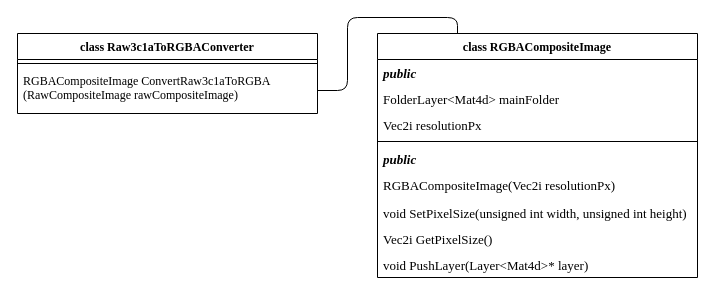
Before: page "CompositeProcessing" (6 of 8) of Docs/Class diagrams.drawio in SpatiumOwl/ComplexSky-2.0, a draw.io diagram. Source tidied: cells renumbered, new cells numbered last; positions are measured from the earlier drawing's top-left corner, leaving out a move shared by most shapes. Both pictures are drawn from the tidied source at 100%, with x=0, y=0 at pixel (17, 17).
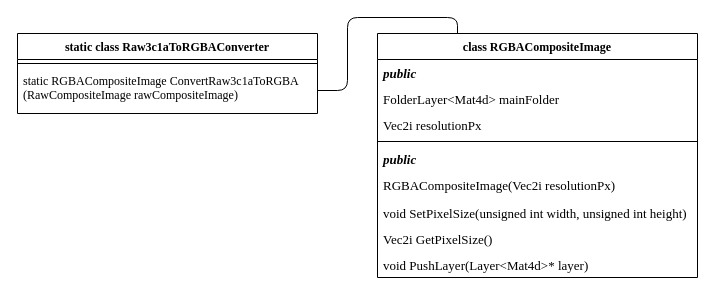
The same page after the edit.

Commit message (it also covers changes not shown here):
Added Raw3c1aToRGBAConverter definition

Change to the diagram source:
```diff
@@
 <mxGraphModel>
   <root>
     <mxCell id="0" />
     <mxCell id="1" parent="0" />
-    <mxCell id="2" value="class Raw3c1aToRGBAConverter" style="swimlane;fontStyle=1;align=center;verticalAlign=top;horizontal=1;startSize=26;whiteSpace=wrap;html=1;fontFamily=Times New Roman;" parent="1" vertex="1">
+    <mxCell id="2" value="static class Raw3c1aToRGBAConverter" style="swimlane;fontStyle=1;align=center;verticalAlign=top;horizontal=1;startSize=26;whiteSpace=wrap;html=1;fontFamily=Times New Roman;" parent="1" vertex="1">
       <mxGeometry y="16" width="300" height="80" as="geometry" />
     </mxCell>
     <mxCell id="3" style="line;strokeWidth=1;fillColor=none;align=left;verticalAlign=middle;spacingTop=-1;spacingLeft=3;spacingRight=3;labelPosition=right;strokeColor=inherit;" parent="2" vertex="1">
       <mxGeometry y="26" width="300" height="8" as="geometry" />
     </mxCell>
-    <mxCell id="4" value="RGBACompositeImage ConvertRaw3c1aToRGBA (RawCompositeImage rawCompositeImage)" style="text;strokeColor=none;fillColor=none;align=left;verticalAlign=top;spacingLeft=4;spacingRight=4;overflow=hidden;points=[[0,0.5],[1,0.5]];portConstraint=eastwest;whiteSpace=wrap;html=1;fontFamily=Times New Roman;" parent="2" vertex="1">
+    <mxCell id="4" value="static RGBACompositeImage ConvertRaw3c1aToRGBA (RawCompositeImage rawCompositeImage)" style="text;strokeColor=none;fillColor=none;align=left;verticalAlign=top;spacingLeft=4;spacingRight=4;overflow=hidden;points=[[0,0.5],[1,0.5]];portConstraint=eastwest;whiteSpace=wrap;html=1;fontFamily=Times New Roman;" parent="2" vertex="1">
       <mxGeometry y="34" width="300" height="46" as="geometry" />
     </mxCell>
     <mxCell id="5" value="class RGBACompositeImage" style="swimlane;fontStyle=1;align=center;verticalAlign=top;horizontal=1;startSize=26;whiteSpace=wrap;html=1;fontFamily=Times New Roman;" parent="1" vertex="1">
       <mxGeometry x="360" y="16" width="320" height="244" as="geometry" />
     </mxCell>
     <mxCell id="6" value="public" style="text;strokeColor=none;fillColor=none;align=left;verticalAlign=top;spacingLeft=4;spacingRight=4;overflow=hidden;fontStyle=3;fontFamily=Times New Roman;fontSize=13;" parent="5" vertex="1">
       <mxGeometry y="26" width="320" height="26" as="geometry" />
     </mxCell>
     <mxCell id="7" value="FolderLayer&lt;Mat4d&gt; mainFolder" style="text;strokeColor=none;fillColor=none;align=left;verticalAlign=top;spacingLeft=4;spacingRight=4;overflow=hidden;fontFamily=Times New Roman;fontSize=13;" parent="5" vertex="1">
       <mxGeometry y="52" width="320" height="26" as="geometry" />
     </mxCell>
     <mxCell id="8" value="Vec2i resolutionPx" style="text;strokeColor=none;fillColor=none;align=left;verticalAlign=top;spacingLeft=4;spacingRight=4;overflow=hidden;fontFamily=Times New Roman;fontSize=13;" parent="5" vertex="1">
       <mxGeometry y="78" width="320" height="26" as="geometry" />
     </mxCell>
     <mxCell id="9" style="line;strokeWidth=1;fillColor=none;align=left;verticalAlign=middle;spacingTop=-1;spacingLeft=3;spacingRight=3;labelPosition=right;strokeColor=inherit;" parent="5" vertex="1">
       <mxGeometry y="104" width="320" height="8" as="geometry" />
     </mxCell>
     <mxCell id="10" value="public" style="text;strokeColor=none;fillColor=none;align=left;verticalAlign=top;spacingLeft=4;spacingRight=4;overflow=hidden;fontStyle=3;fontFamily=Times New Roman;fontSize=13;" parent="5" vertex="1">
       <mxGeometry y="112" width="320" height="26" as="geometry" />
     </mxCell>
     <mxCell id="11" value="RGBACompositeImage(Vec2i resolutionPx)" style="text;strokeColor=none;fillColor=none;align=left;verticalAlign=top;spacingLeft=4;spacingRight=4;overflow=hidden;whiteSpace=wrap;html=1;fontFamily=Times New Roman;fontSize=13;" parent="5" vertex="1">
       <mxGeometry y="138" width="320" height="28" as="geometry" />
     </mxCell>
     <mxCell id="12" value="void SetPixelSize(unsigned int width, unsigned int height)" style="text;strokeColor=none;fillColor=none;align=left;verticalAlign=top;spacingLeft=4;spacingRight=4;overflow=hidden;fontFamily=Times New Roman;fontSize=13;" parent="5" vertex="1">
       <mxGeometry y="166" width="320" height="26" as="geometry" />
     </mxCell>
     <mxCell id="13" value="Vec2i GetPixelSize()" style="text;strokeColor=none;fillColor=none;align=left;verticalAlign=top;spacingLeft=4;spacingRight=4;overflow=hidden;fontFamily=Times New Roman;fontSize=13;" parent="5" vertex="1">
       <mxGeometry y="192" width="320" height="26" as="geometry" />
     </mxCell>
     <mxCell id="14" value="void PushLayer(Layer&lt;Mat4d&gt;* layer)" style="text;strokeColor=none;fillColor=none;align=left;verticalAlign=top;spacingLeft=4;spacingRight=4;overflow=hidden;fontFamily=Times New Roman;fontSize=13;" parent="5" vertex="1">
       <mxGeometry y="218" width="320" height="26" as="geometry" />
     </mxCell>
     <mxCell id="15" style="edgeStyle=orthogonalEdgeStyle;jettySize=auto;html=1;exitX=1;exitY=0.5;exitDx=0;exitDy=0;entryX=0.25;entryY=0;entryDx=0;entryDy=0;endArrow=none;endFill=0;rounded=1;" parent="1" edge="1" source="4" target="5">
       <mxGeometry relative="1" as="geometry">
         <Array as="points">
           <mxPoint x="330" y="73" />
           <mxPoint x="330" />
           <mxPoint x="440" />
         </Array>
       </mxGeometry>
     </mxCell>
   </root>
 </mxGraphModel>
```
